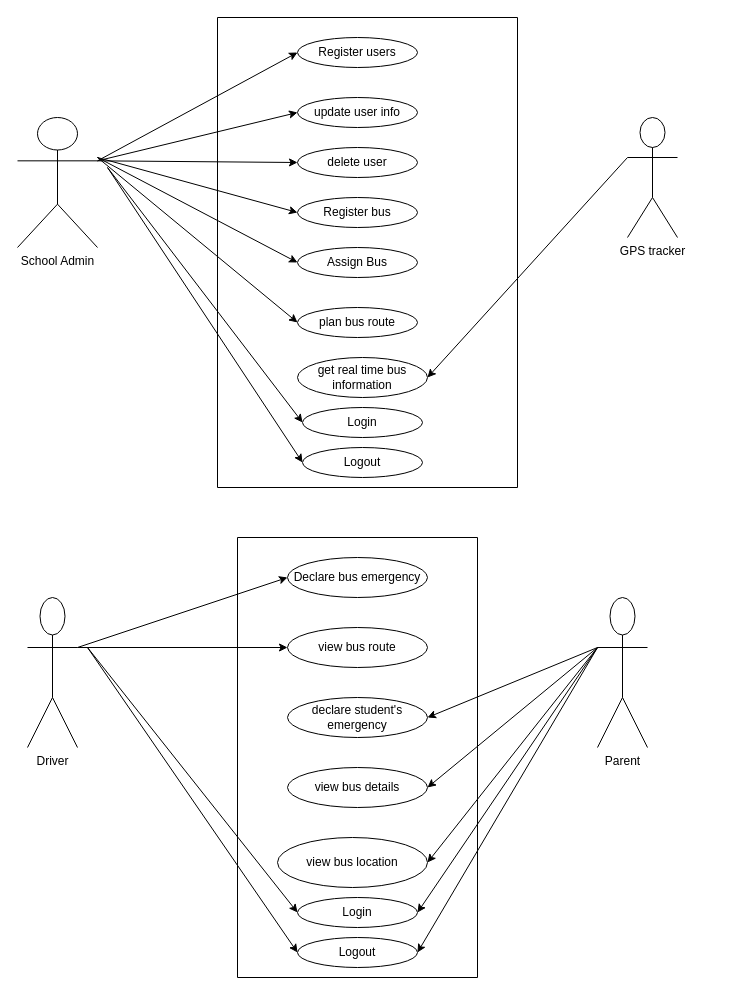
This is RESOURCES/usecase.drawio from peterabel25/FYP, a draw.io file, before an edit. Source tidied: cells renumbered, new cells numbered last; positions are measured from the earlier drawing's top-left corner, leaving out a move shared by most shapes. Both pictures are drawn from the tidied source at 100%, with x=0, y=0 at pixel (17, 17).
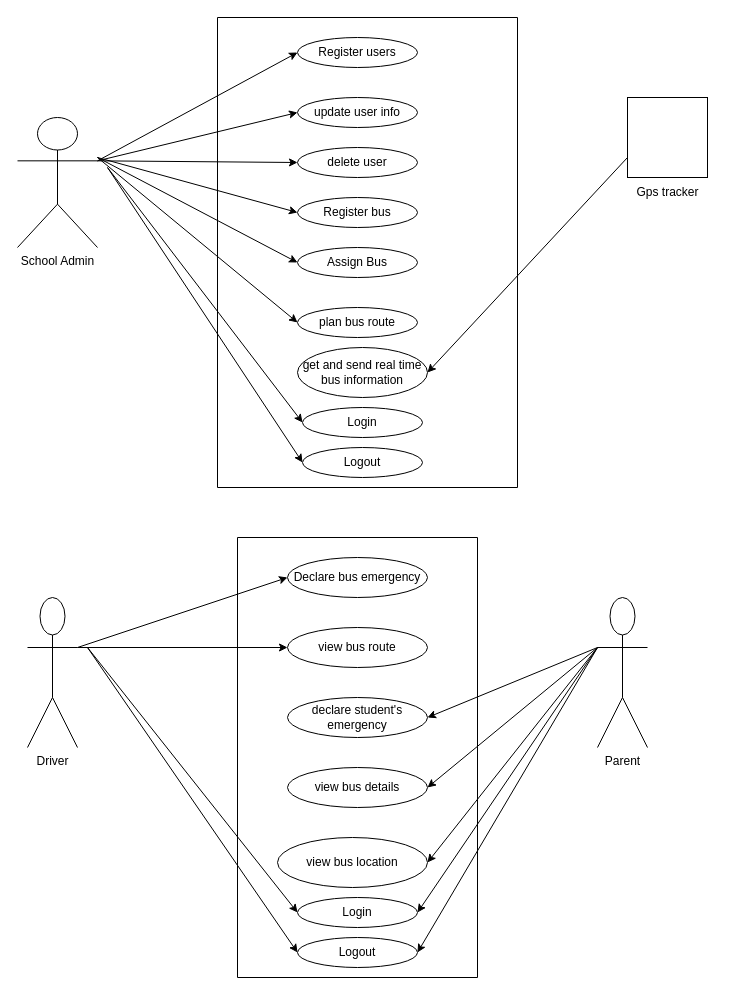
After the change.

The change refers to these unchanged cells:
```xml
<mxCell id="3" style="swimlane;startSize=0;" parent="1" vertex="1">
  <mxGeometry x="200" width="300" height="470" as="geometry" />
</mxCell>
```

What changed in the source:
```diff
@@
-    <mxCell id="10" value="get real time bus information" style="ellipse;whiteSpace=wrap;html=1;" parent="3" vertex="1">
-      <mxGeometry x="80" y="340" width="130" height="40" as="geometry" />
+    <mxCell id="10" value="get and send real time bus information" style="ellipse;whiteSpace=wrap;html=1;" parent="3" vertex="1">
+      <mxGeometry x="80" y="330" width="130" height="50" as="geometry" />
     </mxCell>
@@
-    <mxCell id="34" value="GPS tracker&lt;br&gt;" style="shape=umlActor;verticalLabelPosition=bottom;verticalAlign=top;html=1;outlineConnect=0;" parent="1" vertex="1">
-      <mxGeometry x="610" y="100" width="50" height="120" as="geometry" />
-    </mxCell>
-    <mxCell id="35" style="endArrow=classic;html=1;rounded=0;exitX=0;exitY=0.3333333333333333;exitDx=0;exitDy=0;exitPerimeter=0;entryX=1;entryY=0.5;entryDx=0;entryDy=0;" parent="1" edge="1" source="34" target="10">
-      <mxGeometry relative="1" as="geometry" />
+    <mxCell id="35" style="endArrow=classic;html=1;rounded=0;exitX=0;exitY=0.3333333333333333;exitDx=0;exitDy=0;exitPerimeter=0;entryX=1;entryY=0.5;entryDx=0;entryDy=0;" parent="1" edge="1" target="10">
+      <mxGeometry relative="1" as="geometry">
+        <mxPoint x="610" y="140" as="sourcePoint" />
+      </mxGeometry>
     </mxCell>
@@
+    <mxCell id="42" style="whiteSpace=wrap;html=1;" parent="1" vertex="1">
+      <mxGeometry x="610" y="80" width="80" height="80" as="geometry" />
+    </mxCell>
+    <mxCell id="43" value="Gps tracker" style="text;html=1;align=center;verticalAlign=middle;strokeColor=none;fillColor=none;" parent="1" vertex="1">
+      <mxGeometry x="605" y="160" width="90" height="30" as="geometry" />
+    </mxCell>
```
